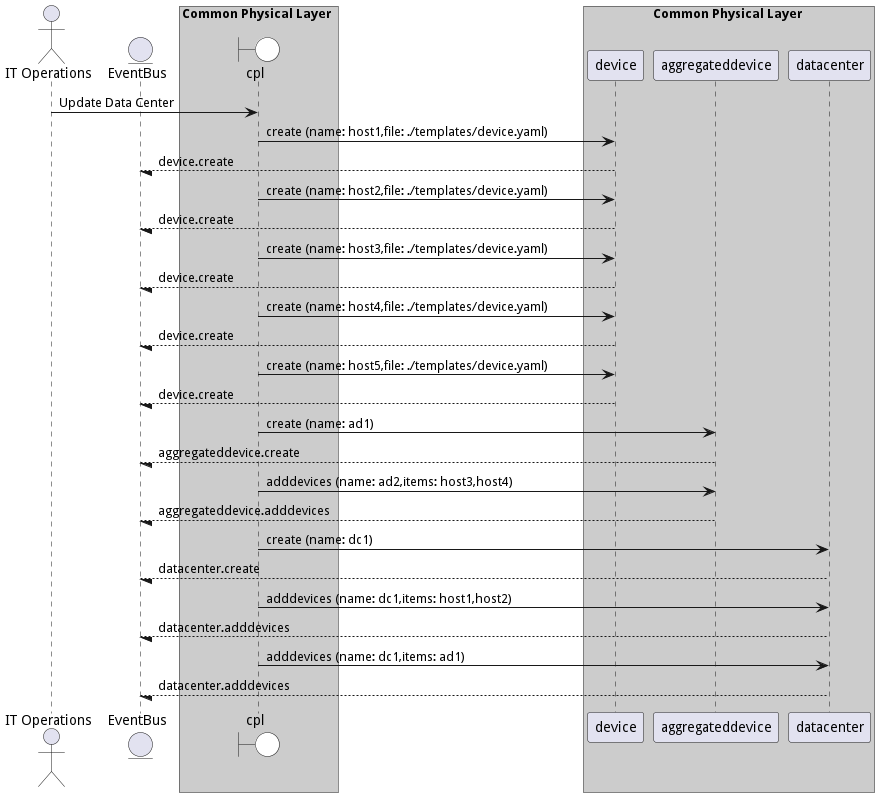
The PlantUML diagram docs/edgemere/cpl/usecases/managedatacenter/UpdateDataCenter.png in madajaju/edgemere, before a commit.
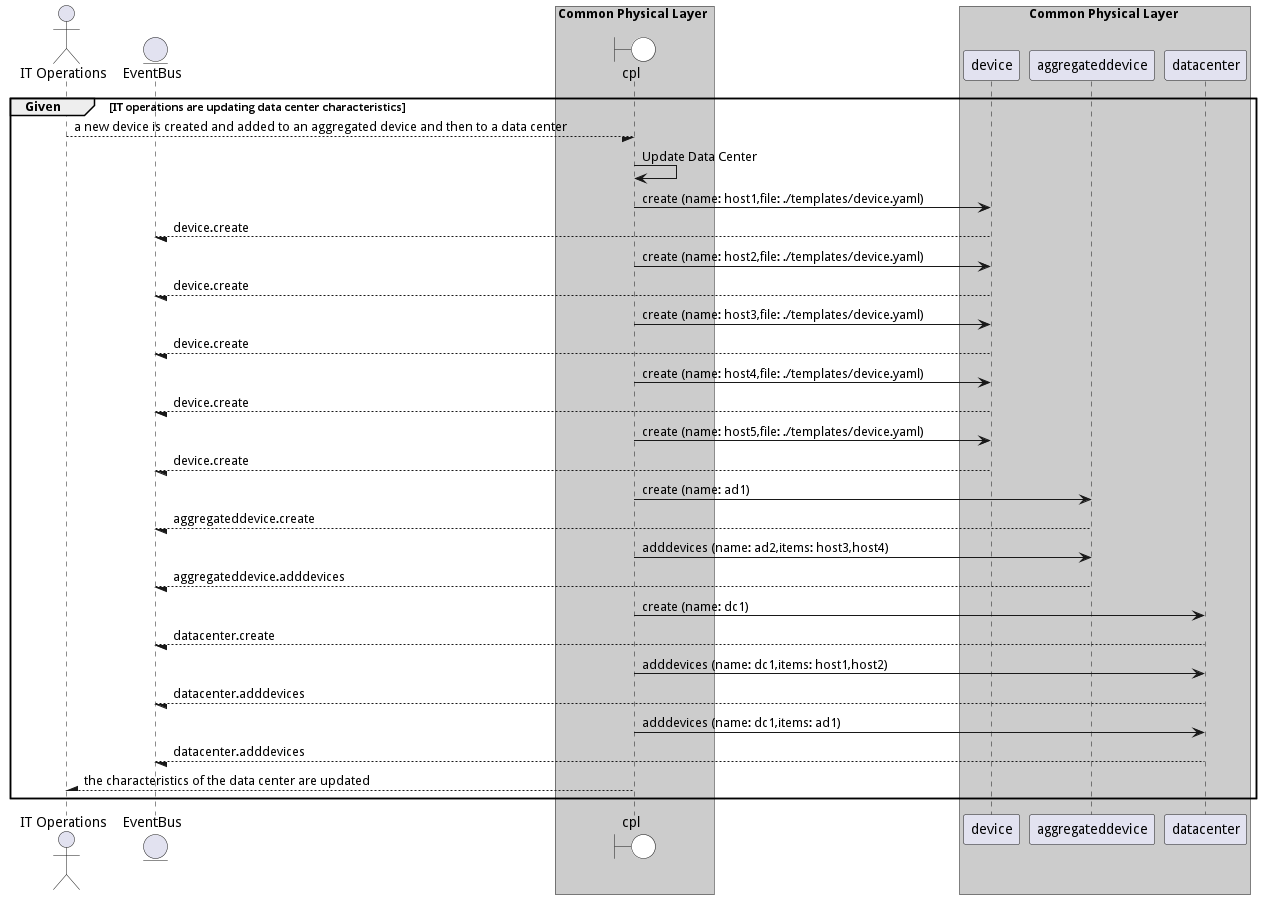
After the commit.

What changed in the source:
```diff
@@ -1,4 +1,5 @@
 @startuml
+
 
 actor "IT Operations"
 
@@ -16,8 +17,10 @@
             participant datacenter
     end box
 
+group Given [IT operations are updating data center characteristics]
 
-"IT Operations" -> cpl: Update Data Center
+"IT Operations" --/ cpl: a new device is created and added to an aggregated device and then to a data center
+"cpl" -> cpl: Update Data Center
 
     cpl -> "device": create (name: host1,file: ./templates/device.yaml)
 
@@ -61,4 +64,9 @@
 
 
 
+"IT Operations" /-- cpl: the characteristics of the data center are updated
+
+
+end
+
 @enduml
```
